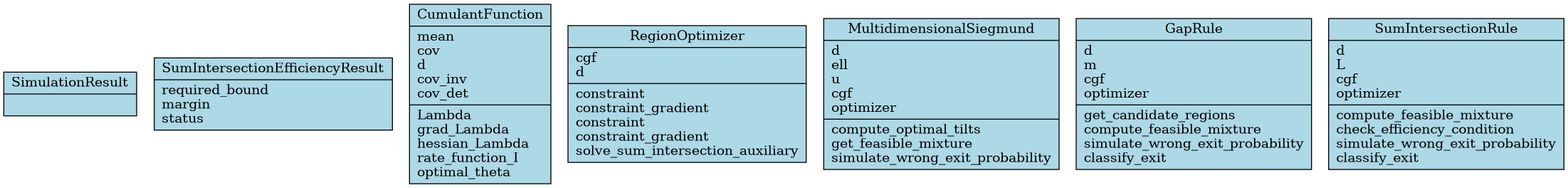
Above: docs/architecture/class-diagram.png in DiogoRibeiro7/efficient-importance-sampling (Mermaid), before the change. Its source is kept beside it as docs/architecture/class-diagram.mmd.
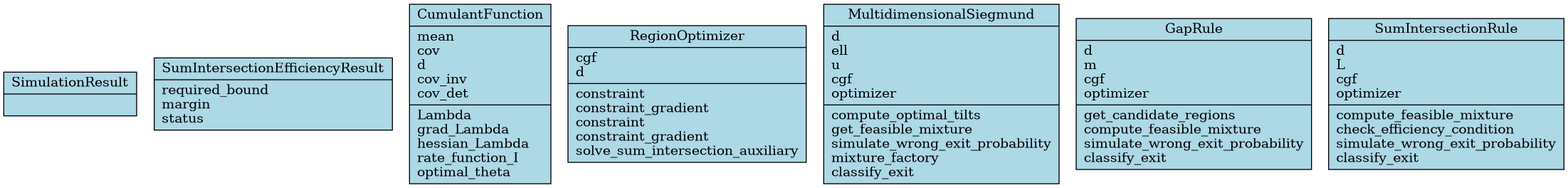
After the commit.

Commit message:
docs: Update architecture diagrams [skip ci]

Change to the diagram source:
```diff
@@ -44,6 +44,8 @@
     +compute_optimal_tilts()
     +get_feasible_mixture()
     +simulate_wrong_exit_probability()
+    +mixture_factory()
+    +classify_exit()
   }
 
   class GapRule {
```
